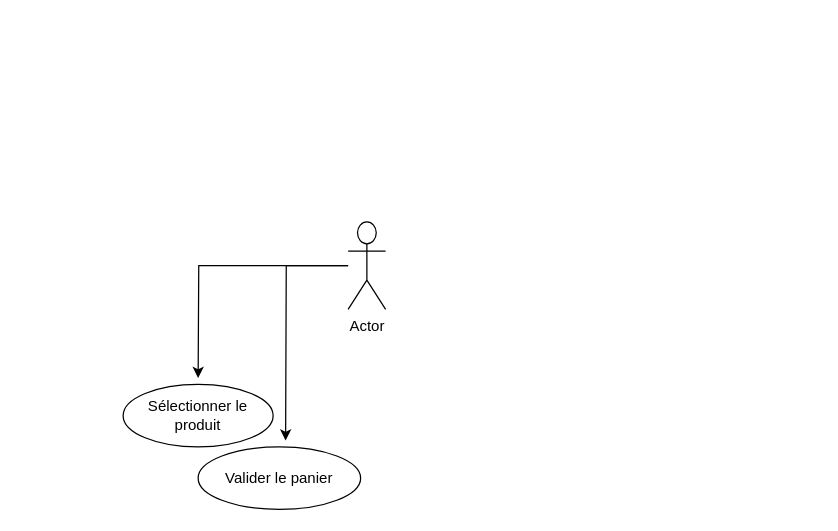
DioufFLR/TheGoldenGun keeps this draw.io diagram as UML/diagramme/casUtilisationEnregistrer.drawio. Above is the earlier version. Source tidied: cells renumbered, new cells numbered last; positions are measured from the earlier drawing's top-left corner, leaving out a move shared by most shapes. Both pictures are drawn from the tidied source at 125%, with x=0, y=0 at pixel (122, 221).
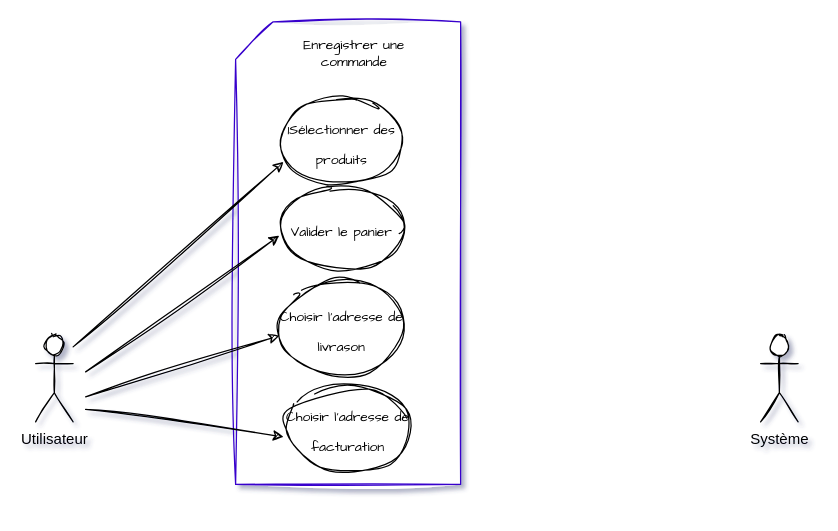
The same diagram, later.

Commit message:
:hammer: Ajout de diagramme des cas d'utlisations

Diff of the diagram source:
```diff
@@
-<mxGraphModel>
+<mxGraphModel shadow="1">
   <root>
     <mxCell id="0" />
     <mxCell id="1" parent="0" />
-    <mxCell id="2" style="edgeStyle=orthogonalEdgeStyle;rounded=0;jettySize=auto;html=1;" parent="1" edge="1" source="4">
-      <mxGeometry relative="1" as="geometry">
-        <mxPoint x="60" y="125" as="targetPoint" />
-      </mxGeometry>
-    </mxCell>
-    <mxCell id="3" style="edgeStyle=orthogonalEdgeStyle;rounded=0;jettySize=auto;html=1;" parent="1" edge="1" source="4">
-      <mxGeometry relative="1" as="geometry">
-        <mxPoint x="130" y="175" as="targetPoint" />
-      </mxGeometry>
-    </mxCell>
+    <mxCell id="7" style="shape=card;whiteSpace=wrap;html=1;sketch=1;hachureGap=4;jiggle=2;fontFamily=Architects Daughter;fontSize=20;fillColor=default;fontColor=#ffffff;strokeColor=#3700CC;gradientColor=none;gradientDirection=radial;" parent="1" vertex="1">
+      <mxGeometry x="90" y="-160" width="180" height="370" as="geometry" />
+    </mxCell>
-    <mxCell id="4" value="Actor" style="shape=umlActor;verticalLabelPosition=bottom;verticalAlign=top;html=1;" parent="1" vertex="1">
-      <mxGeometry x="180" width="30" height="70" as="geometry" />
+    <mxCell id="4" value="Utilisateur&lt;br&gt;" style="shape=umlActor;verticalLabelPosition=bottom;verticalAlign=top;html=1;sketch=1;rounded=1;" parent="1" vertex="1">
+      <mxGeometry x="-70" y="90" width="30" height="70" as="geometry" />
     </mxCell>
-    <mxCell id="5" value="Sélectionner le produit" style="ellipse;whiteSpace=wrap;html=1;" parent="1" vertex="1">
-      <mxGeometry y="130" width="120" height="50" as="geometry" />
-    </mxCell>
+    <mxCell id="8" value="&lt;font style=&quot;font-size: 11px;&quot;&gt;1Sélectionner des produits&lt;/font&gt;" style="ellipse;whiteSpace=wrap;html=1;sketch=1;hachureGap=4;jiggle=2;fontFamily=Architects Daughter;fontSize=20;" parent="1" vertex="1">
+      <mxGeometry x="120" y="-100" width="110" height="70" as="geometry" />
+    </mxCell>
-    <mxCell id="6" value="Valider le panier" style="ellipse;whiteSpace=wrap;html=1;" parent="1" vertex="1">
-      <mxGeometry x="60" y="180" width="130" height="50" as="geometry" />
+    <mxCell id="6" value="&lt;font style=&quot;font-size: 11px;&quot;&gt;Valider le panier&lt;/font&gt;" style="ellipse;whiteSpace=wrap;html=1;sketch=1;hachureGap=4;jiggle=2;fontFamily=Architects Daughter;fontSize=20;" parent="1" vertex="1">
+      <mxGeometry x="120" y="-30" width="110" height="70" as="geometry" />
     </mxCell>
+    <mxCell id="9" value="&lt;font style=&quot;font-size: 11px;&quot;&gt;Choisir l'adresse de facturation&lt;/font&gt;" style="ellipse;whiteSpace=wrap;html=1;sketch=1;hachureGap=4;jiggle=2;fontFamily=Architects Daughter;fontSize=20;" parent="1" vertex="1">
+      <mxGeometry x="125" y="130" width="110" height="70" as="geometry" />
+    </mxCell>
+    <mxCell id="10" value="&lt;font style=&quot;font-size: 11px;&quot;&gt;Choisir l'adresse de livrason&lt;/font&gt;" style="ellipse;whiteSpace=wrap;html=1;sketch=1;hachureGap=4;jiggle=2;fontFamily=Architects Daughter;fontSize=20;" parent="1" vertex="1">
+      <mxGeometry x="120" y="50" width="110" height="70" as="geometry" />
+    </mxCell>
+    <mxCell id="11" style="endArrow=classic;html=1;rounded=0;sketch=1;hachureGap=4;jiggle=2;fontFamily=Architects Daughter;fontSize=11;entryX=0.076;entryY=0.743;entryDx=0;entryDy=0;entryPerimeter=0;" parent="1" edge="1" target="8">
+      <mxGeometry relative="1" as="geometry">
+        <mxPoint x="-40" y="100" as="sourcePoint" />
+      </mxGeometry>
+    </mxCell>
+    <mxCell id="12" style="endArrow=classic;html=1;rounded=0;sketch=1;hachureGap=4;jiggle=2;fontFamily=Architects Daughter;fontSize=11;entryX=0.076;entryY=0.743;entryDx=0;entryDy=0;entryPerimeter=0;" parent="1" edge="1">
+      <mxGeometry relative="1" as="geometry">
+        <mxPoint x="-30" y="120" as="sourcePoint" />
+        <mxPoint x="125" y="11" as="targetPoint" />
+      </mxGeometry>
+    </mxCell>
+    <mxCell id="13" style="endArrow=classic;html=1;rounded=0;sketch=1;hachureGap=4;jiggle=2;fontFamily=Architects Daughter;fontSize=11;entryX=0.076;entryY=0.743;entryDx=0;entryDy=0;entryPerimeter=0;" parent="1" edge="1">
+      <mxGeometry relative="1" as="geometry">
+        <mxPoint x="-30" y="140" as="sourcePoint" />
+        <mxPoint x="125" y="91" as="targetPoint" />
+      </mxGeometry>
+    </mxCell>
+    <mxCell id="14" style="endArrow=classic;html=1;rounded=0;sketch=1;hachureGap=4;jiggle=2;fontFamily=Architects Daughter;fontSize=11;entryX=0.076;entryY=0.743;entryDx=0;entryDy=0;entryPerimeter=0;" parent="1" edge="1">
+      <mxGeometry relative="1" as="geometry">
+        <mxPoint x="-30" y="150" as="sourcePoint" />
+        <mxPoint x="128.4" y="172" as="targetPoint" />
+      </mxGeometry>
+    </mxCell>
+    <mxCell id="15" value="Enregistrer une commande" style="text;html=1;strokeColor=none;fillColor=none;align=center;verticalAlign=middle;whiteSpace=wrap;rounded=0;sketch=1;hachureGap=4;jiggle=2;fontFamily=Architects Daughter;fontSize=11;" parent="1" vertex="1">
+      <mxGeometry x="120" y="-150" width="130" height="30" as="geometry" />
+    </mxCell>
+    <mxCell id="16" value="Système" style="shape=umlActor;verticalLabelPosition=bottom;verticalAlign=top;html=1;sketch=1;rounded=1;" parent="1" vertex="1">
+      <mxGeometry x="510" y="90" width="30" height="70" as="geometry" />
+    </mxCell>
   </root>
 </mxGraphModel>
```
